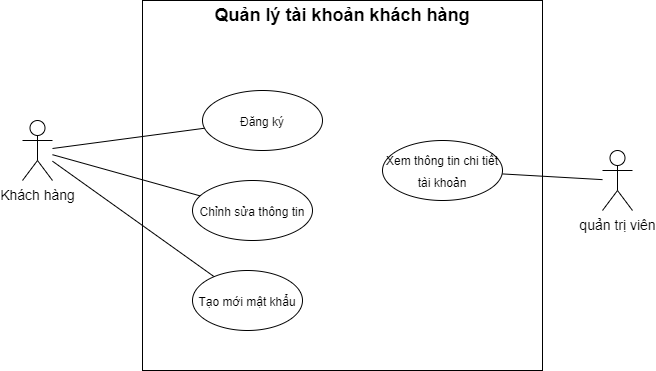
This is img/UseCase/UseCase-Quản lý tài khoản.drawio.png from hienbui-iwrp/DACN_report, a draw.io export, as it was before one commit. Source tidied: cells renumbered, new cells last; positions are measured from the earlier drawing's top-left corner, leaving out a move shared by most shapes. Source of this version:
```xml
<mxGraphModel>
  <root>
    <mxCell id="0" />
    <mxCell id="1" parent="0" />
    <mxCell id="2" style="rounded=0;whiteSpace=wrap;html=1;" parent="1" vertex="1">
      <mxGeometry x="120" width="400" height="370" as="geometry" />
    </mxCell>
    <mxCell id="3" style="edgeStyle=none;rounded=0;jettySize=auto;html=1;endArrow=none;endFill=0;endSize=12;" parent="1" edge="1" source="4" target="13">
      <mxGeometry relative="1" as="geometry" />
    </mxCell>
    <mxCell id="4" value="&lt;font style=&quot;font-size: 14px;&quot;&gt;quản trị viên&lt;/font&gt;" style="shape=umlActor;verticalLabelPosition=bottom;verticalAlign=top;html=1;outlineConnect=0;" parent="1" vertex="1">
      <mxGeometry x="580" y="150" width="30" height="60" as="geometry" />
    </mxCell>
    <mxCell id="5" value="&lt;font style=&quot;font-size: 18px;&quot;&gt;&lt;b&gt;Quản lý tài khoản khách hàng&lt;/b&gt;&lt;/font&gt;" style="text;html=1;strokeColor=none;fillColor=none;align=center;verticalAlign=middle;whiteSpace=wrap;rounded=0;" parent="1" vertex="1">
      <mxGeometry x="140" width="360" height="30" as="geometry" />
    </mxCell>
    <mxCell id="6" value="&lt;font style=&quot;font-size: 12px;&quot;&gt;Đăng ký&lt;/font&gt;" style="ellipse;whiteSpace=wrap;html=1;fontSize=18;" parent="1" vertex="1">
      <mxGeometry x="180" y="90" width="120" height="60" as="geometry" />
    </mxCell>
    <mxCell id="7" style="rounded=0;jettySize=auto;html=1;endArrow=none;endFill=0;" parent="1" edge="1" source="10" target="6">
      <mxGeometry relative="1" as="geometry" />
    </mxCell>
    <mxCell id="8" style="edgeStyle=none;rounded=0;jettySize=auto;html=1;endArrow=none;endFill=0;" parent="1" edge="1" source="10" target="11">
      <mxGeometry relative="1" as="geometry" />
    </mxCell>
    <mxCell id="9" style="edgeStyle=none;rounded=0;jettySize=auto;html=1;endArrow=none;endFill=0;" parent="1" edge="1" source="10" target="12">
      <mxGeometry relative="1" as="geometry" />
    </mxCell>
    <mxCell id="10" value="&lt;font style=&quot;font-size: 14px;&quot;&gt;Khách hàng&lt;/font&gt;" style="shape=umlActor;verticalLabelPosition=bottom;verticalAlign=top;html=1;outlineConnect=0;" parent="1" vertex="1">
      <mxGeometry y="120" width="30" height="60" as="geometry" />
    </mxCell>
    <mxCell id="11" value="&lt;font style=&quot;font-size: 12px;&quot;&gt;Tạo mới mật khẩu&lt;/font&gt;" style="ellipse;whiteSpace=wrap;html=1;fontSize=18;" parent="1" vertex="1">
      <mxGeometry x="170" y="270" width="110" height="60" as="geometry" />
    </mxCell>
    <mxCell id="12" value="&lt;font style=&quot;font-size: 12px;&quot;&gt;Chỉnh sửa thông tin&lt;/font&gt;" style="ellipse;whiteSpace=wrap;html=1;fontSize=18;" parent="1" vertex="1">
      <mxGeometry x="170" y="180" width="120" height="60" as="geometry" />
    </mxCell>
    <mxCell id="13" value="&lt;font style=&quot;font-size: 12px;&quot;&gt;Xem thông tin chi tiết tài khoản&lt;/font&gt;" style="ellipse;whiteSpace=wrap;html=1;fontSize=18;" parent="1" vertex="1">
      <mxGeometry x="360" y="140" width="120" height="60" as="geometry" />
    </mxCell>
    <mxCell id="14" style="edgeStyle=orthogonalEdgeStyle;rounded=0;orthogonalLoop=1;jettySize=auto;html=1;exitX=0.5;exitY=1;exitDx=0;exitDy=0;" parent="1" edge="1" source="5" target="5">
      <mxGeometry relative="1" as="geometry" />
    </mxCell>
  </root>
</mxGraphModel>
```
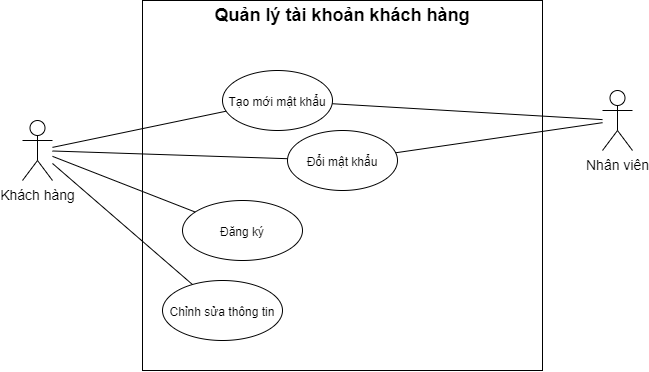
Later version of the same file.

The edit, as a diff of the source:
```diff
@@ -5,17 +5,11 @@
     <mxCell id="2" style="rounded=0;whiteSpace=wrap;html=1;" parent="1" vertex="1">
       <mxGeometry x="120" width="400" height="370" as="geometry" />
     </mxCell>
-    <mxCell id="3" style="edgeStyle=none;rounded=0;jettySize=auto;html=1;endArrow=none;endFill=0;endSize=12;" parent="1" edge="1" source="4" target="13">
-      <mxGeometry relative="1" as="geometry" />
-    </mxCell>
-    <mxCell id="4" value="&lt;font style=&quot;font-size: 14px;&quot;&gt;quản trị viên&lt;/font&gt;" style="shape=umlActor;verticalLabelPosition=bottom;verticalAlign=top;html=1;outlineConnect=0;" parent="1" vertex="1">
-      <mxGeometry x="580" y="150" width="30" height="60" as="geometry" />
-    </mxCell>
     <mxCell id="5" value="&lt;font style=&quot;font-size: 18px;&quot;&gt;&lt;b&gt;Quản lý tài khoản khách hàng&lt;/b&gt;&lt;/font&gt;" style="text;html=1;strokeColor=none;fillColor=none;align=center;verticalAlign=middle;whiteSpace=wrap;rounded=0;" parent="1" vertex="1">
       <mxGeometry x="140" width="360" height="30" as="geometry" />
     </mxCell>
     <mxCell id="6" value="&lt;font style=&quot;font-size: 12px;&quot;&gt;Đăng ký&lt;/font&gt;" style="ellipse;whiteSpace=wrap;html=1;fontSize=18;" parent="1" vertex="1">
-      <mxGeometry x="180" y="90" width="120" height="60" as="geometry" />
+      <mxGeometry x="160" y="200" width="120" height="60" as="geometry" />
     </mxCell>
     <mxCell id="7" style="rounded=0;jettySize=auto;html=1;endArrow=none;endFill=0;" parent="1" edge="1" source="10" target="6">
       <mxGeometry relative="1" as="geometry" />
@@ -26,20 +20,32 @@
     <mxCell id="9" style="edgeStyle=none;rounded=0;jettySize=auto;html=1;endArrow=none;endFill=0;" parent="1" edge="1" source="10" target="12">
       <mxGeometry relative="1" as="geometry" />
     </mxCell>
+    <mxCell id="15" style="edgeStyle=none;rounded=0;jettySize=auto;html=1;endArrow=none;endFill=0;" parent="1" edge="1" source="10" target="19">
+      <mxGeometry relative="1" as="geometry" />
+    </mxCell>
     <mxCell id="10" value="&lt;font style=&quot;font-size: 14px;&quot;&gt;Khách hàng&lt;/font&gt;" style="shape=umlActor;verticalLabelPosition=bottom;verticalAlign=top;html=1;outlineConnect=0;" parent="1" vertex="1">
       <mxGeometry y="120" width="30" height="60" as="geometry" />
     </mxCell>
     <mxCell id="11" value="&lt;font style=&quot;font-size: 12px;&quot;&gt;Tạo mới mật khẩu&lt;/font&gt;" style="ellipse;whiteSpace=wrap;html=1;fontSize=18;" parent="1" vertex="1">
-      <mxGeometry x="170" y="270" width="110" height="60" as="geometry" />
+      <mxGeometry x="200" y="70" width="110" height="60" as="geometry" />
     </mxCell>
     <mxCell id="12" value="&lt;font style=&quot;font-size: 12px;&quot;&gt;Chỉnh sửa thông tin&lt;/font&gt;" style="ellipse;whiteSpace=wrap;html=1;fontSize=18;" parent="1" vertex="1">
-      <mxGeometry x="170" y="180" width="120" height="60" as="geometry" />
+      <mxGeometry x="140" y="280" width="120" height="60" as="geometry" />
     </mxCell>
-    <mxCell id="13" value="&lt;font style=&quot;font-size: 12px;&quot;&gt;Xem thông tin chi tiết tài khoản&lt;/font&gt;" style="ellipse;whiteSpace=wrap;html=1;fontSize=18;" parent="1" vertex="1">
-      <mxGeometry x="360" y="140" width="120" height="60" as="geometry" />
-    </mxCell>
     <mxCell id="14" style="edgeStyle=orthogonalEdgeStyle;rounded=0;orthogonalLoop=1;jettySize=auto;html=1;exitX=0.5;exitY=1;exitDx=0;exitDy=0;" parent="1" edge="1" source="5" target="5">
       <mxGeometry relative="1" as="geometry" />
     </mxCell>
+    <mxCell id="16" style="edgeStyle=none;rounded=0;jettySize=auto;html=1;endArrow=none;endFill=0;" parent="1" edge="1" source="18" target="11">
+      <mxGeometry relative="1" as="geometry" />
+    </mxCell>
+    <mxCell id="17" style="edgeStyle=none;rounded=0;jettySize=auto;html=1;endArrow=none;endFill=0;" parent="1" edge="1" source="18" target="19">
+      <mxGeometry relative="1" as="geometry" />
+    </mxCell>
+    <mxCell id="18" value="&lt;font style=&quot;font-size: 14px;&quot;&gt;Nhân viên&lt;/font&gt;" style="shape=umlActor;verticalLabelPosition=bottom;verticalAlign=top;html=1;outlineConnect=0;" parent="1" vertex="1">
+      <mxGeometry x="580" y="90" width="30" height="60" as="geometry" />
+    </mxCell>
+    <mxCell id="19" value="&lt;font style=&quot;font-size: 12px;&quot;&gt;Đổi mật khẩu&lt;/font&gt;" style="ellipse;whiteSpace=wrap;html=1;fontSize=18;" parent="1" vertex="1">
+      <mxGeometry x="265" y="130" width="110" height="60" as="geometry" />
+    </mxCell>
   </root>
 </mxGraphModel>
```
